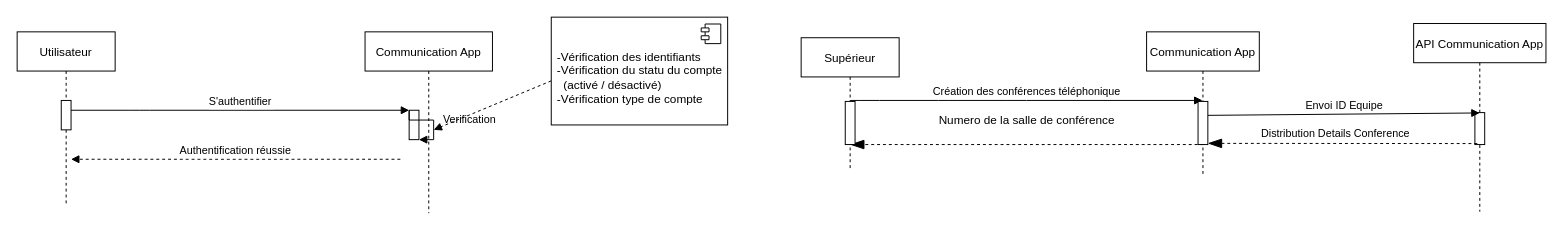
Above: page "Page-1" (1 of 5) of Diagramme sans nom.drawio in LewisYann/App-Asterisk (draw.io), before the change. Source tidied: cells renumbered, new cells numbered last; positions are measured from the earlier drawing's top-left corner, leaving out a move shared by most shapes. Both pictures are drawn from the tidied source at 98%, with x=0, y=0 at pixel (17, 17).
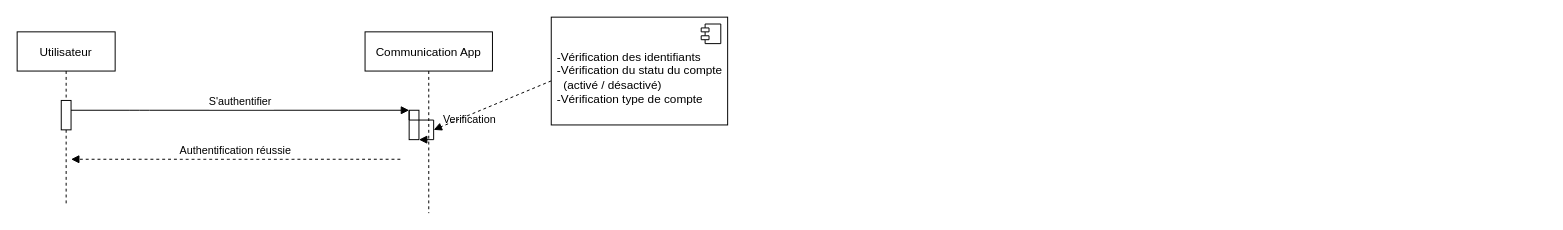
Above is the later version.

Commit message (it also covers changes not shown here):
Mettre à jour Diagramme sans nom.drawio

Diff of the diagram source:
```diff
@@
-    <mxCell id="2" value="API Communication App" style="shape=umlLifeline;perimeter=lifelinePerimeter;rounded=0;shadow=0;strokeWidth=1;" parent="1" vertex="1">
-      <mxGeometry x="1425" y="6.5" width="135" height="192" as="geometry" />
-    </mxCell>
-    <mxCell id="3" value="Supérieur" style="shape=umlLifeline;perimeter=lifelinePerimeter;rounded=0;shadow=0;strokeWidth=1;" parent="1" vertex="1">
-      <mxGeometry x="800" y="21" width="100" height="135" as="geometry" />
-    </mxCell>
-    <mxCell id="4" value="Communication App" style="shape=umlLifeline;perimeter=lifelinePerimeter;rounded=0;shadow=0;strokeWidth=1;" parent="1" vertex="1">
-      <mxGeometry x="1152.5" y="15" width="115" height="145" as="geometry" />
-    </mxCell>
@@
-    <mxCell id="13" value="Création des conférences téléphonique" style="html=1;verticalAlign=bottom;endArrow=block;strokeColor=#000000;" parent="1" edge="1">
-      <mxGeometry relative="1" as="geometry">
-        <mxPoint x="850" y="85" as="sourcePoint" />
-        <mxPoint x="1209.5" y="85" as="targetPoint" />
-        <Array as="points">
-          <mxPoint x="870" y="85" />
-          <mxPoint x="950" y="85" />
-          <mxPoint x="1020" y="85" />
-        </Array>
-      </mxGeometry>
-    </mxCell>
-    <mxCell id="14" style="endArrow=blockThin;endFill=1;endSize=12;html=1;dashed=1;exitX=0.5;exitY=1;exitDx=0;exitDy=0;exitPerimeter=0;" parent="1" edge="1">
-      <mxGeometry relative="1" as="geometry">
-        <mxPoint x="1210.5" y="130" as="sourcePoint" />
-        <mxPoint x="850" y="130" as="targetPoint" />
-      </mxGeometry>
-    </mxCell>
-    <mxCell id="15" style="perimeter=orthogonalPerimeter;rounded=0;shadow=0;strokeWidth=1;" parent="1" vertex="1">
-      <mxGeometry x="845" y="86" width="10" height="44" as="geometry" />
-    </mxCell>
-    <mxCell id="16" value="Numero de la salle de conférence" style="text;html=1;align=center;verticalAlign=middle;strokeColor=none;" parent="1" vertex="1">
-      <mxGeometry x="935" y="96" width="190" height="20" as="geometry" />
-    </mxCell>
-    <mxCell id="17" style="perimeter=orthogonalPerimeter;rounded=0;shadow=0;strokeWidth=1;" parent="1" vertex="1">
-      <mxGeometry x="1205" y="86" width="10" height="44" as="geometry" />
-    </mxCell>
@@
-    <mxCell id="20" style="points=[];perimeter=orthogonalPerimeter;rounded=0;shadow=0;strokeWidth=1;" parent="1" vertex="1">
-      <mxGeometry x="1487.5" y="97.4" width="10" height="32.6" as="geometry" />
-    </mxCell>
-    <mxCell id="21" value="Envoi ID Equipe" style="html=1;verticalAlign=bottom;endArrow=block;strokeColor=#000000;entryX=0.485;entryY=0.011;entryDx=0;entryDy=0;entryPerimeter=0;" parent="1" edge="1" target="20">
-      <mxGeometry relative="1" as="geometry">
-        <mxPoint x="1215" y="100.2" as="sourcePoint" />
-      </mxGeometry>
-    </mxCell>
-    <mxCell id="22" style="endArrow=blockThin;endFill=1;endSize=12;html=1;dashed=1;exitX=0.481;exitY=0.574;exitDx=0;exitDy=0;exitPerimeter=0;" parent="1" edge="1">
-      <mxGeometry relative="1" as="geometry">
-        <mxPoint x="1489.9" y="129" as="sourcePoint" />
-        <mxPoint x="1215" y="128.8" as="targetPoint" />
-      </mxGeometry>
-    </mxCell>
-    <mxCell id="23" value="Distribution Details Conference" style="edgeLabel;html=1;align=center;verticalAlign=middle;" parent="22" vertex="1">
-      <mxGeometry x="0.13" y="-3" relative="1" as="geometry">
-        <mxPoint x="10" y="-7" as="offset" />
-      </mxGeometry>
-    </mxCell>
```
